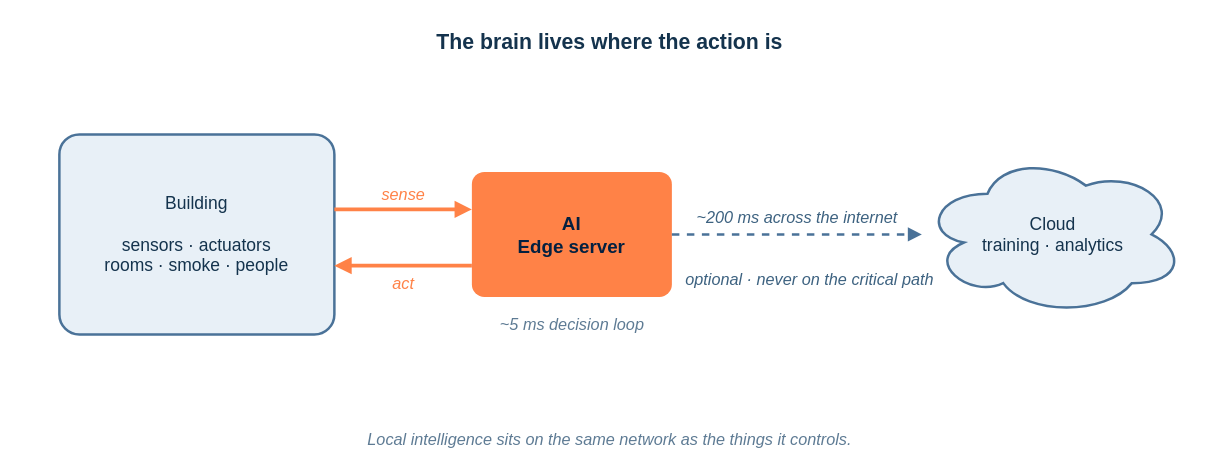
The draw.io diagram course-notes/diagrams/course-notes1-fig01.drawio in eislab-cps/D7065E, before the edit. Source tidied: cells renumbered, new cells numbered last; positions are measured from the earlier drawing's top-left corner, leaving out a move shared by most shapes. Both pictures are drawn from the tidied source at 125%, with x=0, y=0 at pixel (21, 21).
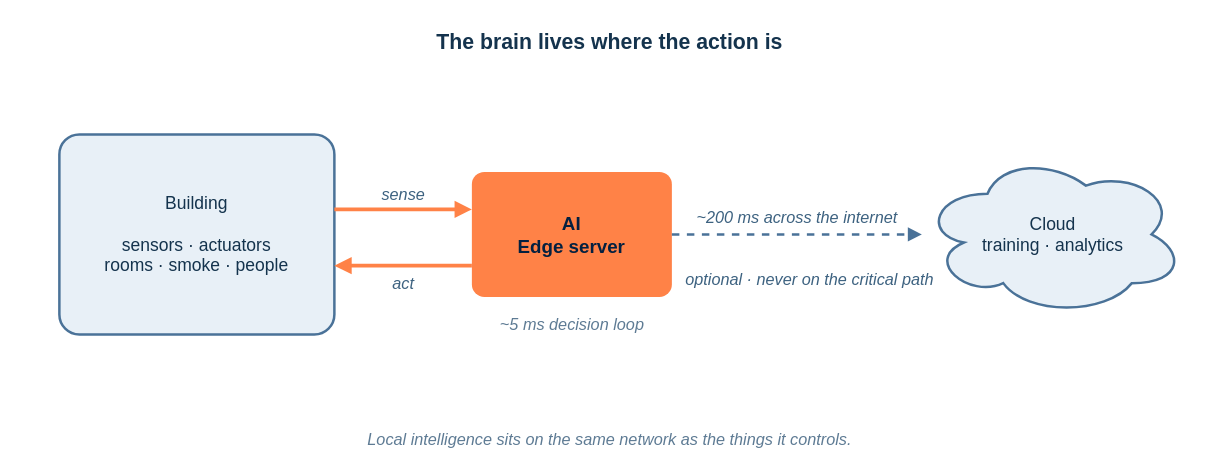
After the change.

What changed in the source:
```diff
@@
 <mxGraphModel background="#FFFFFF">
   <root>
     <mxCell id="0" />
     <mxCell id="1" parent="0" />
     <mxCell id="2" value="The brain lives where the action is" style="text;html=1;align=center;fontColor=#14334D;fontSize=17;fontStyle=1;fontFamily=Helvetica;" parent="1" vertex="1">
       <mxGeometry width="940" height="30" as="geometry" />
     </mxCell>
     <mxCell id="3" value="Building&#10;&#10;sensors · actuators&#10;rooms · smoke · people" style="rounded=1;whiteSpace=wrap;html=1;fillColor=#E8F0F7;strokeColor=#4A7298;strokeWidth=2;fontColor=#14334D;fontFamily=Helvetica;arcSize=10;fontSize=14;" parent="1" vertex="1">
       <mxGeometry x="30" y="90" width="220" height="160" as="geometry" />
     </mxCell>
     <mxCell id="4" value="AI&#10;Edge server" style="rounded=1;whiteSpace=wrap;html=1;fillColor=#FF8247;strokeColor=none;fontColor=#032040;fontStyle=1;fontFamily=Helvetica;arcSize=10;fontSize=15;" parent="1" vertex="1">
       <mxGeometry x="360" y="120" width="160" height="100" as="geometry" />
     </mxCell>
     <mxCell id="5" value="~5 ms decision loop" style="text;html=1;align=center;fontColor=#5E7B94;fontSize=13;fontStyle=2;fontFamily=Helvetica;" parent="1" vertex="1">
       <mxGeometry x="350" y="228" width="180" height="20" as="geometry" />
     </mxCell>
     <mxCell id="6" value="Cloud&#10;training · analytics" style="shape=cloud;whiteSpace=wrap;html=1;fillColor=#E8F0F7;strokeColor=#4A7298;strokeWidth=2;fontColor=#14334D;fontFamily=Helvetica;fontSize=14;" parent="1" vertex="1">
       <mxGeometry x="720" y="105" width="210" height="130" as="geometry" />
     </mxCell>
-    <mxCell id="7" value="sense" style="endArrow=block;html=1;strokeColor=#FF8247;strokeWidth=3;fontColor=#FF8247;fontSize=13;fontStyle=2;fontFamily=Helvetica;labelBackgroundColor=none;exitX=1;exitY=0.375;entryX=0;entryY=0.3;" parent="1" edge="1" source="3" target="4">
+    <mxCell id="7" value="sense" style="endArrow=block;html=1;strokeColor=#FF8247;strokeWidth=3;fontColor=#3D6280;fontSize=13;fontStyle=2;fontFamily=Helvetica;labelBackgroundColor=none;exitX=1;exitY=0.375;entryX=0;entryY=0.3;" parent="1" edge="1" source="3" target="4">
       <mxGeometry relative="1" as="geometry">
         <mxPoint y="-12" as="offset" />
       </mxGeometry>
     </mxCell>
-    <mxCell id="8" value="act" style="endArrow=block;html=1;strokeColor=#FF8247;strokeWidth=3;fontColor=#FF8247;fontSize=13;fontStyle=2;fontFamily=Helvetica;labelBackgroundColor=none;exitX=0;exitY=0.75;entryX=1;entryY=0.65625;" parent="1" edge="1" source="4" target="3">
+    <mxCell id="8" value="act" style="endArrow=block;html=1;strokeColor=#FF8247;strokeWidth=3;fontColor=#3D6280;fontSize=13;fontStyle=2;fontFamily=Helvetica;labelBackgroundColor=none;exitX=0;exitY=0.75;entryX=1;entryY=0.65625;" parent="1" edge="1" source="4" target="3">
       <mxGeometry relative="1" as="geometry">
         <mxPoint y="14" as="offset" />
       </mxGeometry>
     </mxCell>
     <mxCell id="9" value="~200 ms across the internet" style="endArrow=block;html=1;strokeColor=#4A7298;strokeWidth=2;dashed=1;fontColor=#3D6280;fontSize=13;fontStyle=2;fontFamily=Helvetica;labelBackgroundColor=none;exitX=1;exitY=0.5;entryX=0;entryY=0.5;" parent="1" edge="1" source="4" target="6">
       <mxGeometry relative="1" as="geometry">
         <mxPoint y="-14" as="offset" />
       </mxGeometry>
     </mxCell>
     <mxCell id="10" value="optional · never on the critical path" style="text;html=1;align=center;fontColor=#3D6280;fontSize=13;fontStyle=2;fontFamily=Helvetica;" parent="1" vertex="1">
       <mxGeometry x="510" y="192" width="240" height="20" as="geometry" />
     </mxCell>
     <mxCell id="11" value="Local intelligence sits on the same network as the things it controls." style="text;html=1;align=center;fontColor=#5E7B94;fontSize=13;fontStyle=2;fontFamily=Helvetica;" parent="1" vertex="1">
       <mxGeometry x="170" y="320" width="600" height="24" as="geometry" />
     </mxCell>
   </root>
 </mxGraphModel>
```
